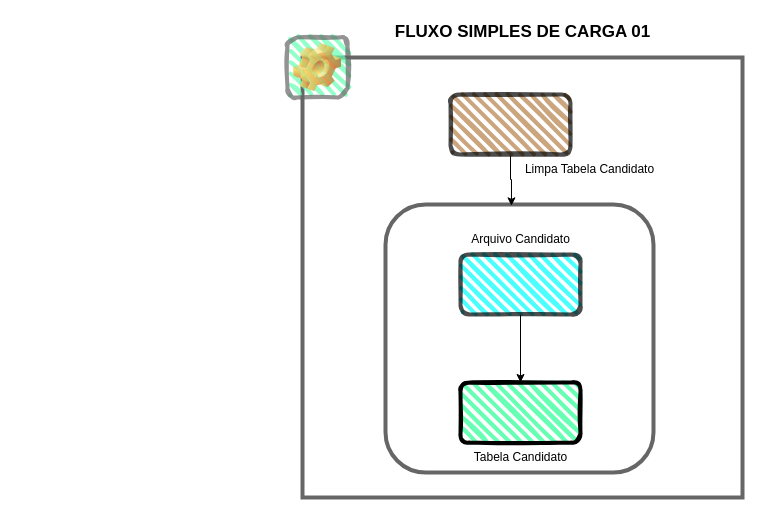
The draw.io diagram Diagrama_Fluxo_Simples.drawio in dbaassists/Palestra, before the edit. Source tidied: cells renumbered, new cells numbered last; positions are measured from the earlier drawing's top-left corner, leaving out a move shared by most shapes. Both pictures are drawn from the tidied source at 100%, with x=0, y=0 at pixel (287, 17).
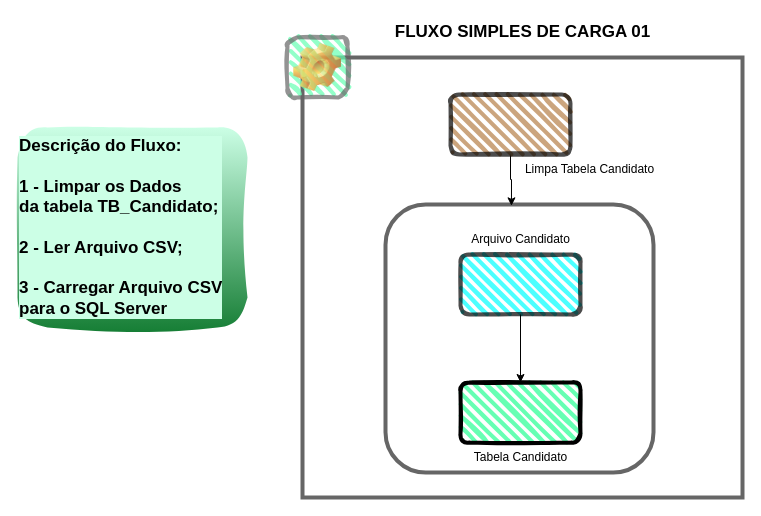
After the change.

Diff of the diagram source:
```diff
@@
 <mxGraphModel>
   <root>
     <mxCell id="0" />
     <mxCell id="1" parent="0" />
     <mxCell id="2" style="whiteSpace=wrap;html=1;rounded=0;fillWeight=4;hachureGap=8;hachureAngle=45;jiggle=1;curveFitting=0.95;strokeColor=#666666;strokeWidth=4;fillColor=#FFFFFF;" parent="1" vertex="1">
       <mxGeometry x="15" y="40" width="440" height="440" as="geometry" />
     </mxCell>
     <mxCell id="3" style="whiteSpace=wrap;html=1;rounded=1;strokeWidth=4;strokeColor=#666666;" parent="1" vertex="1">
       <mxGeometry x="98" y="187" width="268" height="268" as="geometry" />
     </mxCell>
     <mxCell id="4" style="rounded=1;whiteSpace=wrap;html=1;gradientColor=none;sketch=1;curveFitting=0.95;jiggle=1;fillColor=#00FFFF;strokeWidth=4;opacity=70;shadow=0;glass=0;fillWeight=4;hachureGap=8;hachureAngle=45;" parent="1" vertex="1">
       <mxGeometry x="173" y="237" width="120" height="60" as="geometry" />
     </mxCell>
     <mxCell id="5" style="rounded=1;whiteSpace=wrap;html=1;sketch=1;curveFitting=0.95;jiggle=1;glass=0;fillColor=#66FFB3;strokeWidth=4;fillWeight=4;hachureGap=8;hachureAngle=45;" parent="1" vertex="1">
       <mxGeometry x="173" y="365" width="120" height="60" as="geometry" />
     </mxCell>
     <mxCell id="6" style="endArrow=classic;html=1;rounded=0;exitX=0.5;exitY=1;exitDx=0;exitDy=0;" parent="1" edge="1" source="4" target="5">
       <mxGeometry relative="1" as="geometry" />
     </mxCell>
     <mxCell id="7" value="Arquivo Candidato" style="text;html=1;align=center;verticalAlign=middle;strokeColor=none;fillColor=none;rounded=1;" parent="1" vertex="1">
       <mxGeometry x="173" y="207" width="120" height="30" as="geometry" />
     </mxCell>
     <mxCell id="8" value="Tabela Candidato" style="text;html=1;align=center;verticalAlign=middle;strokeColor=none;fillColor=none;rounded=1;" parent="1" vertex="1">
       <mxGeometry x="173" y="425" width="120" height="30" as="geometry" />
     </mxCell>
     <mxCell id="9" style="edgeStyle=orthogonalEdgeStyle;rounded=0;jettySize=auto;html=1;entryX=0.47;entryY=0.005;entryDx=0;entryDy=0;entryPerimeter=0;" parent="1" edge="1" source="10" target="3">
       <mxGeometry relative="1" as="geometry" />
     </mxCell>
     <mxCell id="10" style="rounded=1;whiteSpace=wrap;html=1;gradientColor=none;sketch=1;curveFitting=0.95;jiggle=1;fillColor=#B57F48;strokeWidth=4;opacity=70;shadow=0;glass=0;fillWeight=4;hachureGap=8;hachureAngle=45;" parent="1" vertex="1">
       <mxGeometry x="163" y="77" width="120" height="60" as="geometry" />
     </mxCell>
     <mxCell id="11" value="Limpa Tabela Candidato" style="text;html=1;align=center;verticalAlign=middle;strokeColor=none;fillColor=none;rounded=1;" parent="1" vertex="1">
       <mxGeometry x="227" y="137" width="150" height="30" as="geometry" />
     </mxCell>
     <mxCell id="12" value="FLUXO SIMPLES DE CARGA 01" style="text;html=1;align=center;verticalAlign=middle;strokeColor=none;fillColor=default;strokeWidth=2;fontSize=17;fontStyle=1;" parent="1" vertex="1">
       <mxGeometry x="95" width="280" height="30" as="geometry" />
     </mxCell>
     <mxCell id="13" value="Icon" style="icon;html=1;image=img/clipart/Gear_128x128.png;rounded=1;fillWeight=4;hachureGap=8;hachureAngle=45;strokeColor=#666666;strokeWidth=4;fillColor=#66FFB3;opacity=70;sketch=1;curveFitting=1;jiggle=2;fontColor=#FFFFFF;" parent="1" vertex="1">
       <mxGeometry y="20" width="60" height="60" as="geometry" />
     </mxCell>
+    <mxCell id="14" value="Descrição do Fluxo: &lt;br&gt;&lt;br&gt;1 - Limpar os Dados&lt;br&gt;&lt;div style=&quot;&quot;&gt;&lt;span style=&quot;&quot;&gt;da tabela TB_Candidato;&lt;/span&gt;&lt;/div&gt;&lt;div style=&quot;&quot;&gt;&lt;span style=&quot;&quot;&gt;&lt;br&gt;&lt;/span&gt;&lt;/div&gt;&lt;div style=&quot;&quot;&gt;&lt;span style=&quot;&quot;&gt;2 - Ler Arquivo CSV;&lt;/span&gt;&lt;/div&gt;&lt;div style=&quot;&quot;&gt;&lt;br&gt;&lt;/div&gt;3 - Carregar Arquivo CSV &lt;br&gt;para o SQL Server" style="text;html=1;align=left;verticalAlign=middle;strokeColor=none;fillColor=#CCFFE6;strokeWidth=4;fontSize=17;fontStyle=1;labelBorderColor=none;labelBackgroundColor=#CCFFE6;sketch=1;curveFitting=1;jiggle=2;rounded=1;gradientColor=#167E35;" parent="1" vertex="1">
+      <mxGeometry x="-270" y="110" width="230" height="200" as="geometry" />
+    </mxCell>
   </root>
 </mxGraphModel>
```
